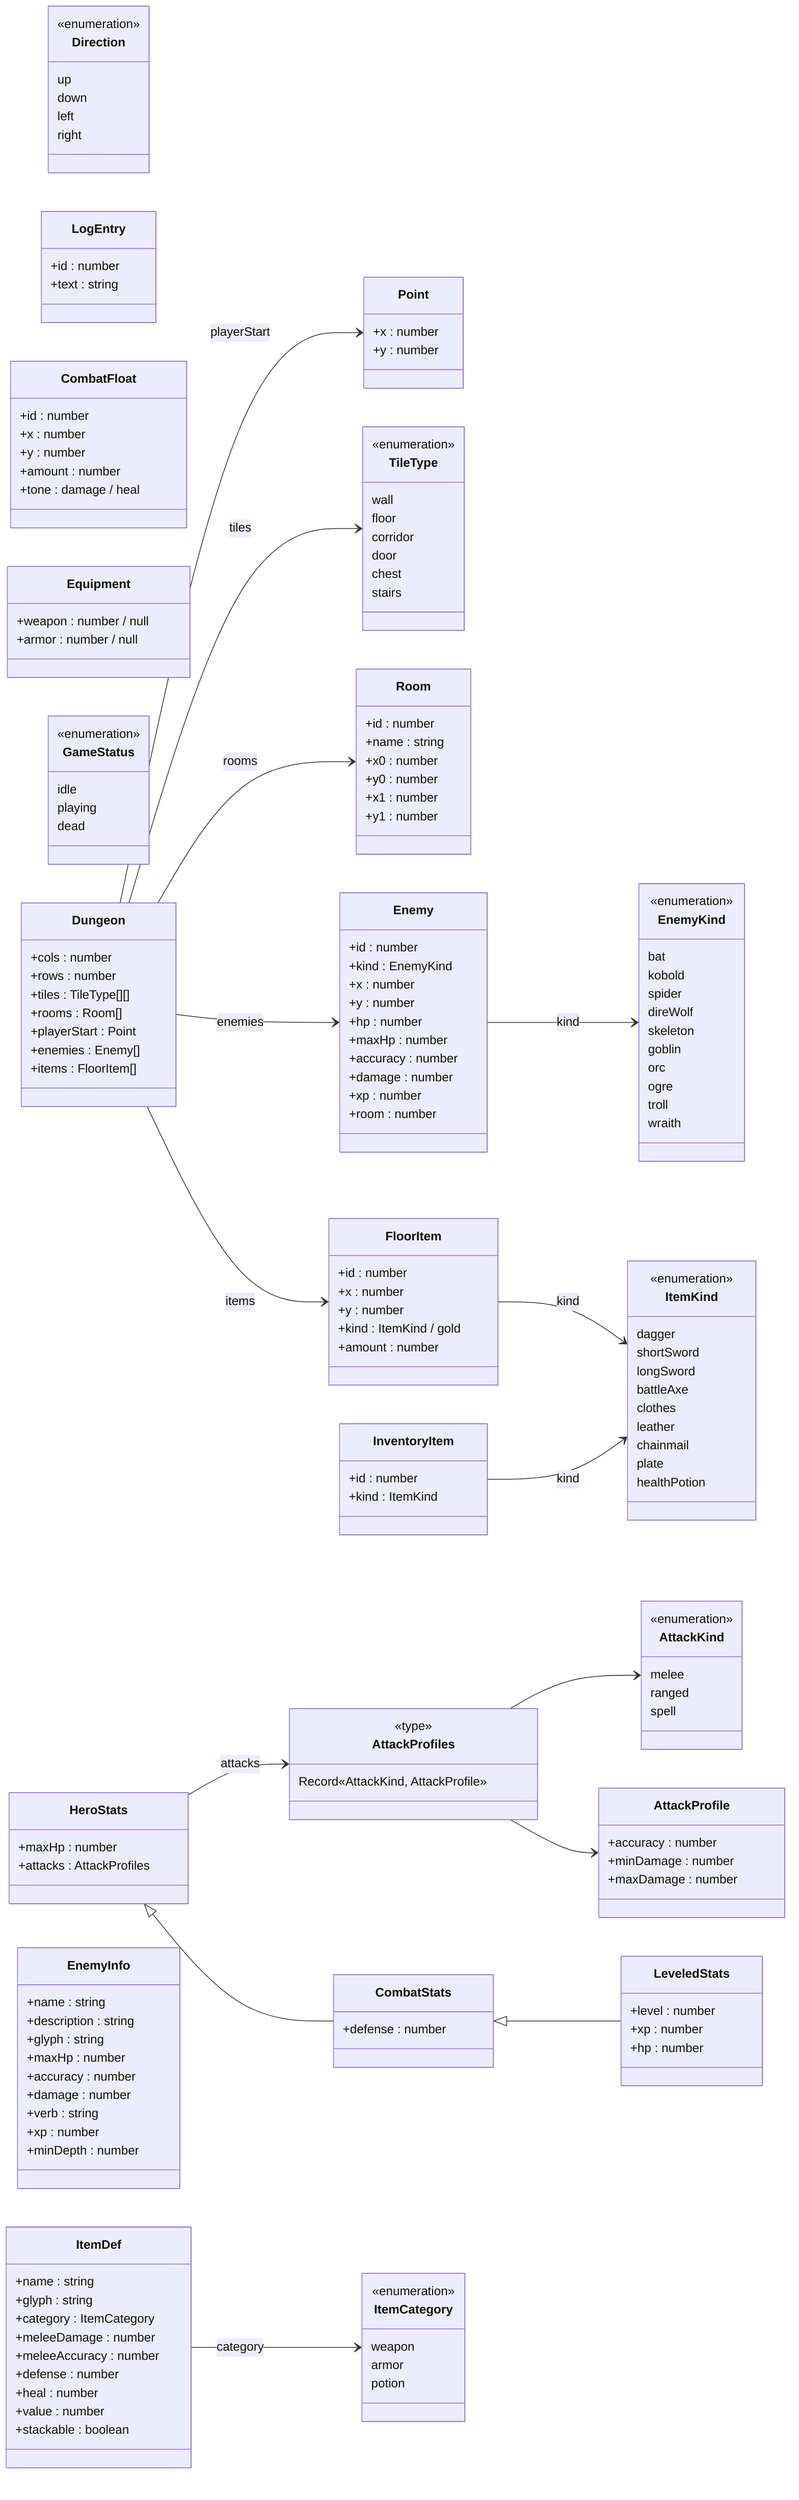
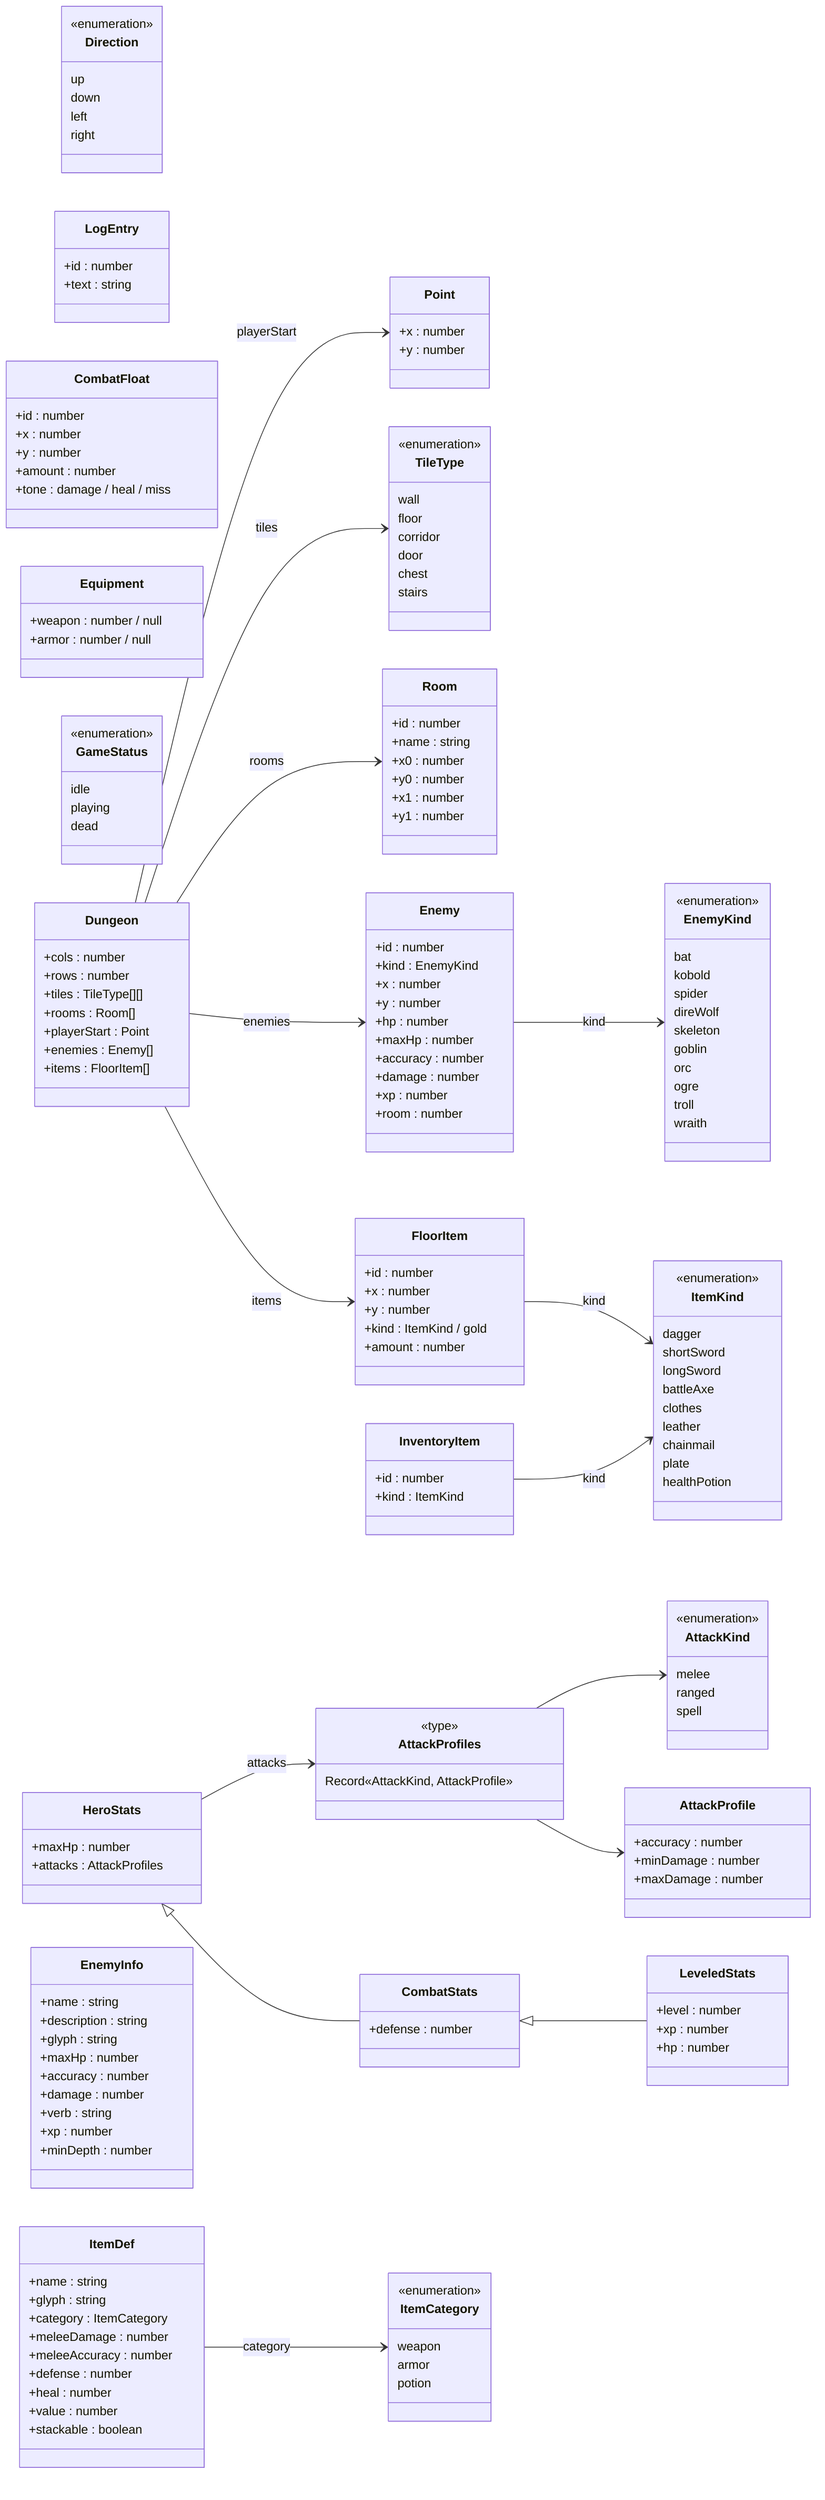
classDiagram
  direction LR
  class Point {
    +x : number
    +y : number
  }
  class Direction {
    <<enumeration>>
    up
    down
    left
    right
  }
  class TileType {
    <<enumeration>>
    wall
    floor
    corridor
    door
    chest
    stairs
  }
  class Room {
    +id : number
    +name : string
    +x0 : number
    +y0 : number
    +x1 : number
    +y1 : number
  }
  class LogEntry {
    +id : number
    +text : string
  }
  class CombatFloat {
    +id : number
    +x : number
    +y : number
    +amount : number
-     +tone : damage / heal
+     +tone : damage / heal / miss
  }
  class InventoryItem {
    +id : number
    +kind : ItemKind
  }
  class FloorItem {
    +id : number
    +x : number
    +y : number
    +kind : ItemKind / gold
    +amount : number
  }
  class Equipment {
    +weapon : number / null
    +armor : number / null
  }
  class AttackKind {
    <<enumeration>>
    melee
    ranged
    spell
  }
  class AttackProfile {
    +accuracy : number
    +minDamage : number
    +maxDamage : number
  }
  class AttackProfiles {
    <<type>>
    Record«AttackKind, AttackProfile»
  }
  class Enemy {
    +id : number
    +kind : EnemyKind
    +x : number
    +y : number
    +hp : number
    +maxHp : number
    +accuracy : number
    +damage : number
    +xp : number
    +room : number
  }
  class GameStatus {
    <<enumeration>>
    idle
    playing
    dead
  }
  class HeroStats {
    +maxHp : number
    +attacks : AttackProfiles
  }
  class CombatStats {
    +defense : number
  }
  class LeveledStats {
    +level : number
    +xp : number
    +hp : number
  }
  class Dungeon {
    +cols : number
    +rows : number
    +tiles : TileType[][]
    +rooms : Room[]
    +playerStart : Point
    +enemies : Enemy[]
    +items : FloorItem[]
  }
  class EnemyKind {
    <<enumeration>>
    bat
    kobold
    spider
    direWolf
    skeleton
    goblin
    orc
    ogre
    troll
    wraith
  }
  class EnemyInfo {
    +name : string
    +description : string
    +glyph : string
    +maxHp : number
    +accuracy : number
    +damage : number
    +verb : string
    +xp : number
    +minDepth : number
  }
  class ItemCategory {
    <<enumeration>>
    weapon
    armor
    potion
  }
  class ItemKind {
    <<enumeration>>
    dagger
    shortSword
    longSword
    battleAxe
    clothes
    leather
    chainmail
    plate
    healthPotion
  }
  class ItemDef {
    +name : string
    +glyph : string
    +category : ItemCategory
    +meleeDamage : number
    +meleeAccuracy : number
    +defense : number
    +heal : number
    +value : number
    +stackable : boolean
  }
  InventoryItem --> ItemKind : kind
  FloorItem --> ItemKind : kind
  AttackProfiles --> AttackKind
  AttackProfiles --> AttackProfile
  Enemy --> EnemyKind : kind
  HeroStats --> AttackProfiles : attacks
  HeroStats <|-- CombatStats
  CombatStats <|-- LeveledStats
  Dungeon --> TileType : tiles
  Dungeon --> Room : rooms
  Dungeon --> Point : playerStart
  Dungeon --> Enemy : enemies
  Dungeon --> FloorItem : items
  ItemDef --> ItemCategory : category
